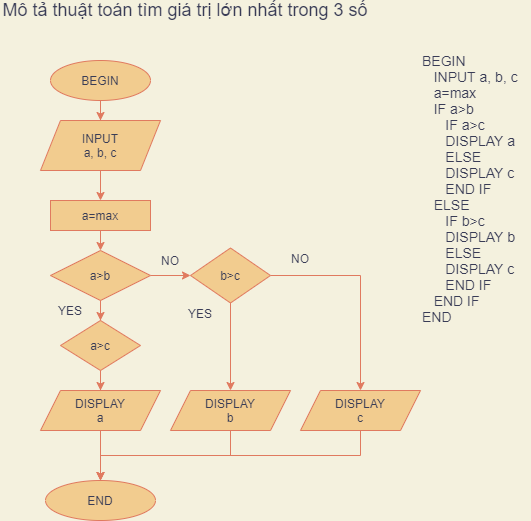
The draw.io diagram ss3_ma_gia_luu_do/Mô tả thuật toán tìm giá trị lớn nhất trong 3 số.png in thanhnhan3286/C0123G1---Th-nh-Nh-n, before a commit. Source tidied: cells renumbered, new cells last; positions are measured from the earlier drawing's top-left corner, leaving out a move shared by most shapes.
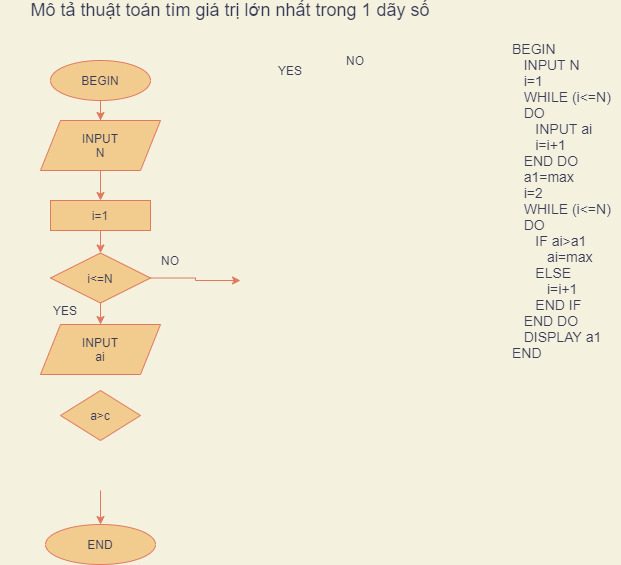
Above is the later version.

What changed in the source:
```diff
@@ -2,8 +2,8 @@
   <root>
     <mxCell id="0" />
     <mxCell id="1" parent="0" />
-    <mxCell id="2" value="&lt;span style=&quot;font-size: 18px&quot;&gt;Mô tả thuật toán tìm giá trị lớn nhất trong 3 số&lt;/span&gt;" style="text;html=1;strokeColor=none;fillColor=none;align=center;verticalAlign=middle;whiteSpace=wrap;rounded=0;fontColor=#393C56;" parent="1" vertex="1">
-      <mxGeometry width="370" height="20" as="geometry" />
+    <mxCell id="2" value="&lt;span style=&quot;font-size: 18px&quot;&gt;Mô tả thuật toán tìm giá trị lớn nhất trong 1 dãy số&lt;/span&gt;" style="text;html=1;strokeColor=none;fillColor=none;align=center;verticalAlign=middle;whiteSpace=wrap;rounded=0;fontColor=#393C56;" parent="1" vertex="1">
+      <mxGeometry width="460" height="20" as="geometry" />
     </mxCell>
     <mxCell id="3" style="edgeStyle=orthogonalEdgeStyle;rounded=0;jettySize=auto;html=1;labelBackgroundColor=#F4F1DE;strokeColor=#E07A5F;fontColor=#393C56;" parent="1" edge="1" source="4" target="6">
       <mxGeometry relative="1" as="geometry" />
@@ -16,76 +16,54 @@
         <mxPoint x="100" y="200" as="targetPoint" />
       </mxGeometry>
     </mxCell>
-    <mxCell id="6" value="INPUT&lt;br&gt;a, b, c" style="shape=parallelogram;perimeter=parallelogramPerimeter;whiteSpace=wrap;html=1;fixedSize=1;fillColor=#F2CC8F;strokeColor=#E07A5F;fontColor=#393C56;" parent="1" vertex="1">
+    <mxCell id="6" value="INPUT&lt;br&gt;N" style="shape=parallelogram;perimeter=parallelogramPerimeter;whiteSpace=wrap;html=1;fixedSize=1;fillColor=#F2CC8F;strokeColor=#E07A5F;fontColor=#393C56;" parent="1" vertex="1">
       <mxGeometry x="40" y="120" width="120" height="50" as="geometry" />
     </mxCell>
-    <mxCell id="7" value="&lt;div&gt;&lt;div&gt;&lt;span style=&quot;font-size: 14px&quot;&gt;BEGIN&lt;/span&gt;&lt;/div&gt;&lt;div&gt;&lt;span style=&quot;font-size: 14px&quot;&gt;&amp;nbsp; &amp;nbsp;INPUT a, b, c&lt;/span&gt;&lt;/div&gt;&lt;div&gt;&lt;span style=&quot;font-size: 14px&quot;&gt;&amp;nbsp; &amp;nbsp;a=max&lt;/span&gt;&lt;/div&gt;&lt;div&gt;&lt;span style=&quot;font-size: 14px&quot;&gt;&amp;nbsp; &amp;nbsp;IF a&amp;gt;b&lt;/span&gt;&lt;/div&gt;&lt;div&gt;&lt;span style=&quot;font-size: 14px&quot;&gt;&amp;nbsp; &amp;nbsp; &amp;nbsp; IF a&amp;gt;c&lt;/span&gt;&lt;/div&gt;&lt;div&gt;&lt;span style=&quot;font-size: 14px&quot;&gt;&amp;nbsp; &amp;nbsp; &amp;nbsp; DISPLAY a&lt;/span&gt;&lt;/div&gt;&lt;div&gt;&lt;span style=&quot;font-size: 14px&quot;&gt;&amp;nbsp; &amp;nbsp; &amp;nbsp; ELSE&lt;/span&gt;&lt;/div&gt;&lt;div&gt;&lt;span style=&quot;font-size: 14px&quot;&gt;&amp;nbsp; &amp;nbsp; &amp;nbsp; DISPLAY c&lt;/span&gt;&lt;/div&gt;&lt;div&gt;&lt;span style=&quot;font-size: 14px&quot;&gt;&amp;nbsp; &amp;nbsp; &amp;nbsp; END IF&lt;/span&gt;&lt;/div&gt;&lt;div&gt;&lt;span style=&quot;font-size: 14px&quot;&gt;&amp;nbsp; &amp;nbsp;ELSE&lt;/span&gt;&lt;/div&gt;&lt;div&gt;&lt;span style=&quot;font-size: 14px&quot;&gt;&amp;nbsp; &amp;nbsp; &amp;nbsp; IF b&amp;gt;c&lt;/span&gt;&lt;/div&gt;&lt;div&gt;&lt;span style=&quot;font-size: 14px&quot;&gt;&amp;nbsp; &amp;nbsp; &amp;nbsp; DISPLAY b&lt;/span&gt;&lt;/div&gt;&lt;div&gt;&lt;span style=&quot;font-size: 14px&quot;&gt;&amp;nbsp; &amp;nbsp; &amp;nbsp; ELSE&lt;/span&gt;&lt;/div&gt;&lt;div&gt;&lt;span style=&quot;font-size: 14px&quot;&gt;&amp;nbsp; &amp;nbsp; &amp;nbsp; DISPLAY c&lt;/span&gt;&lt;/div&gt;&lt;div&gt;&lt;span style=&quot;font-size: 14px&quot;&gt;&amp;nbsp; &amp;nbsp; &amp;nbsp; END IF&lt;/span&gt;&lt;/div&gt;&lt;div&gt;&lt;span style=&quot;font-size: 14px&quot;&gt;&amp;nbsp; &amp;nbsp;END IF&lt;span&gt;&#9;&lt;/span&gt;&lt;/span&gt;&lt;/div&gt;&lt;div&gt;&lt;span style=&quot;font-size: 14px&quot;&gt;END&lt;/span&gt;&lt;/div&gt;&lt;/div&gt;&lt;div&gt;&lt;br&gt;&lt;/div&gt;" style="text;html=1;align=left;verticalAlign=middle;fontColor=#393C56;" parent="1" vertex="1">
-      <mxGeometry x="420" y="70" width="110" height="250" as="geometry" />
+    <mxCell id="7" value="&lt;div&gt;&lt;div&gt;&lt;div&gt;&lt;span style=&quot;font-size: 14px&quot;&gt;BEGIN&lt;/span&gt;&lt;/div&gt;&lt;div&gt;&lt;span style=&quot;font-size: 14px&quot;&gt;&amp;nbsp; &amp;nbsp;INPUT N&lt;/span&gt;&lt;/div&gt;&lt;div&gt;&lt;span style=&quot;font-size: 14px&quot;&gt;&amp;nbsp; &amp;nbsp;i=1&lt;/span&gt;&lt;/div&gt;&lt;div&gt;&lt;span style=&quot;font-size: 14px&quot;&gt;&amp;nbsp; &amp;nbsp;WHILE (i&amp;lt;=N)&lt;/span&gt;&lt;/div&gt;&lt;div&gt;&lt;span style=&quot;font-size: 14px&quot;&gt;&amp;nbsp; &amp;nbsp;DO&lt;/span&gt;&lt;/div&gt;&lt;div&gt;&lt;span style=&quot;font-size: 14px&quot;&gt;&amp;nbsp; &amp;nbsp; &amp;nbsp; INPUT ai&lt;/span&gt;&lt;/div&gt;&lt;div&gt;&lt;span style=&quot;font-size: 14px&quot;&gt;&amp;nbsp; &amp;nbsp; &amp;nbsp; i=i+1&lt;/span&gt;&lt;/div&gt;&lt;div&gt;&lt;span style=&quot;font-size: 14px&quot;&gt;&amp;nbsp; &amp;nbsp;END DO&lt;/span&gt;&lt;/div&gt;&lt;div&gt;&lt;span style=&quot;font-size: 14px&quot;&gt;&amp;nbsp; &amp;nbsp;a1=max&lt;/span&gt;&lt;/div&gt;&lt;div&gt;&lt;span style=&quot;font-size: 14px&quot;&gt;&amp;nbsp; &amp;nbsp;i=2&lt;/span&gt;&lt;/div&gt;&lt;div&gt;&lt;span style=&quot;font-size: 14px&quot;&gt;&amp;nbsp; &amp;nbsp;WHILE (i&amp;lt;=N)&lt;/span&gt;&lt;/div&gt;&lt;div&gt;&lt;span style=&quot;font-size: 14px&quot;&gt;&amp;nbsp; &amp;nbsp;DO&lt;/span&gt;&lt;/div&gt;&lt;div&gt;&lt;span style=&quot;font-size: 14px&quot;&gt;&amp;nbsp; &amp;nbsp; &amp;nbsp; IF ai&amp;gt;a1&lt;/span&gt;&lt;/div&gt;&lt;div&gt;&lt;span style=&quot;font-size: 14px&quot;&gt;&amp;nbsp; &amp;nbsp; &amp;nbsp; &amp;nbsp; &amp;nbsp;ai=max&lt;/span&gt;&lt;/div&gt;&lt;div&gt;&lt;span style=&quot;font-size: 14px&quot;&gt;&amp;nbsp; &amp;nbsp; &amp;nbsp; ELSE&lt;/span&gt;&lt;/div&gt;&lt;div&gt;&lt;span style=&quot;font-size: 14px&quot;&gt;&amp;nbsp; &amp;nbsp; &amp;nbsp; &amp;nbsp; &amp;nbsp;i=i+1&lt;/span&gt;&lt;/div&gt;&lt;div&gt;&lt;span style=&quot;font-size: 14px&quot;&gt;&amp;nbsp; &amp;nbsp; &amp;nbsp; END IF&lt;/span&gt;&lt;/div&gt;&lt;div&gt;&lt;span style=&quot;font-size: 14px&quot;&gt;&amp;nbsp; &amp;nbsp;END DO&lt;/span&gt;&lt;/div&gt;&lt;div&gt;&lt;span style=&quot;font-size: 14px&quot;&gt;&amp;nbsp; &amp;nbsp;DISPLAY a1&lt;/span&gt;&lt;/div&gt;&lt;div&gt;&lt;span style=&quot;font-size: 14px&quot;&gt;END&lt;/span&gt;&lt;/div&gt;&lt;/div&gt;&lt;/div&gt;" style="text;html=1;align=left;verticalAlign=middle;fontColor=#393C56;" parent="1" vertex="1">
+      <mxGeometry x="510" y="60" width="110" height="280" as="geometry" />
     </mxCell>
-    <mxCell id="8" style="edgeStyle=orthogonalEdgeStyle;rounded=0;jettySize=auto;html=1;exitX=1;exitY=0.5;exitDx=0;exitDy=0;labelBackgroundColor=#F4F1DE;strokeColor=#E07A5F;fontColor=#393C56;" parent="1" edge="1" source="10" target="21">
-      <mxGeometry relative="1" as="geometry" />
+    <mxCell id="8" style="edgeStyle=orthogonalEdgeStyle;rounded=0;jettySize=auto;html=1;exitX=1;exitY=0.5;exitDx=0;exitDy=0;labelBackgroundColor=#F4F1DE;strokeColor=#E07A5F;fontColor=#393C56;" parent="1" edge="1" source="10">
+      <mxGeometry relative="1" as="geometry">
+        <mxPoint x="240" y="280" as="targetPoint" />
+      </mxGeometry>
     </mxCell>
-    <mxCell id="9" style="edgeStyle=orthogonalEdgeStyle;rounded=0;jettySize=auto;html=1;exitX=0.5;exitY=1;exitDx=0;exitDy=0;labelBackgroundColor=#F4F1DE;strokeColor=#E07A5F;fontColor=#393C56;" parent="1" edge="1" source="10" target="16">
+    <mxCell id="9" style="edgeStyle=orthogonalEdgeStyle;rounded=0;jettySize=auto;html=1;exitX=0.5;exitY=1;exitDx=0;exitDy=0;labelBackgroundColor=#F4F1DE;strokeColor=#E07A5F;fontColor=#393C56;entryX=0.5;entryY=0;entryDx=0;entryDy=0;entryPerimeter=0;" parent="1" edge="1" source="10" target="29">
       <mxGeometry relative="1" as="geometry" />
     </mxCell>
-    <mxCell id="10" value="a&amp;gt;b" style="rhombus;whiteSpace=wrap;html=1;fillColor=#F2CC8F;strokeColor=#E07A5F;fontColor=#393C56;" parent="1" vertex="1">
-      <mxGeometry x="50" y="250" width="100" height="50" as="geometry" />
+    <mxCell id="10" value="i&amp;lt;=N" style="rhombus;whiteSpace=wrap;html=1;fillColor=#F2CC8F;strokeColor=#E07A5F;fontColor=#393C56;" parent="1" vertex="1">
+      <mxGeometry x="50" y="252.5" width="100" height="50" as="geometry" />
     </mxCell>
     <mxCell id="11" style="edgeStyle=orthogonalEdgeStyle;rounded=0;jettySize=auto;html=1;exitX=0.5;exitY=1;exitDx=0;exitDy=0;entryX=0.5;entryY=0;entryDx=0;entryDy=0;labelBackgroundColor=#F4F1DE;strokeColor=#E07A5F;fontColor=#393C56;" parent="1" edge="1" source="12" target="10">
       <mxGeometry relative="1" as="geometry" />
     </mxCell>
-    <mxCell id="12" value="a=max" style="rounded=0;whiteSpace=wrap;html=1;fillColor=#F2CC8F;strokeColor=#E07A5F;fontColor=#393C56;" parent="1" vertex="1">
+    <mxCell id="12" value="i=1" style="rounded=0;whiteSpace=wrap;html=1;fillColor=#F2CC8F;strokeColor=#E07A5F;fontColor=#393C56;" parent="1" vertex="1">
       <mxGeometry x="50" y="200" width="100" height="30" as="geometry" />
     </mxCell>
     <mxCell id="13" value="YES" style="text;html=1;strokeColor=none;fillColor=none;align=center;verticalAlign=middle;whiteSpace=wrap;rounded=0;fontColor=#393C56;" parent="1" vertex="1">
-      <mxGeometry x="50" y="300" width="40" height="20" as="geometry" />
+      <mxGeometry x="45" y="300" width="40" height="20" as="geometry" />
     </mxCell>
     <mxCell id="14" value="NO" style="text;html=1;strokeColor=none;fillColor=none;align=center;verticalAlign=middle;whiteSpace=wrap;rounded=0;fontColor=#393C56;" parent="1" vertex="1">
       <mxGeometry x="150" y="250" width="40" height="20" as="geometry" />
     </mxCell>
-    <mxCell id="15" style="edgeStyle=orthogonalEdgeStyle;rounded=0;jettySize=auto;html=1;exitX=0.5;exitY=1;exitDx=0;exitDy=0;labelBackgroundColor=#F4F1DE;strokeColor=#E07A5F;fontColor=#393C56;" parent="1" edge="1" source="16" target="18">
-      <mxGeometry relative="1" as="geometry" />
-    </mxCell>
     <mxCell id="16" value="a&amp;gt;c" style="rhombus;whiteSpace=wrap;html=1;fillColor=#F2CC8F;strokeColor=#E07A5F;fontColor=#393C56;" parent="1" vertex="1">
-      <mxGeometry x="60" y="320" width="80" height="50" as="geometry" />
+      <mxGeometry x="60" y="390" width="80" height="50" as="geometry" />
     </mxCell>
-    <mxCell id="17" style="edgeStyle=orthogonalEdgeStyle;rounded=0;jettySize=auto;html=1;exitX=0.5;exitY=1;exitDx=0;exitDy=0;labelBackgroundColor=#F4F1DE;strokeColor=#E07A5F;fontColor=#393C56;" parent="1" edge="1" source="18" target="27">
-      <mxGeometry relative="1" as="geometry" />
+    <mxCell id="17" style="edgeStyle=orthogonalEdgeStyle;rounded=0;jettySize=auto;html=1;exitX=0.5;exitY=1;exitDx=0;exitDy=0;labelBackgroundColor=#F4F1DE;strokeColor=#E07A5F;fontColor=#393C56;" parent="1" edge="1" target="27">
+      <mxGeometry relative="1" as="geometry">
+        <mxPoint x="100" y="490" as="sourcePoint" />
+      </mxGeometry>
     </mxCell>
-    <mxCell id="18" value="DISPLAY&lt;br&gt;a" style="shape=parallelogram;perimeter=parallelogramPerimeter;whiteSpace=wrap;html=1;fixedSize=1;fillColor=#F2CC8F;strokeColor=#E07A5F;fontColor=#393C56;" parent="1" vertex="1">
-      <mxGeometry x="40" y="390" width="120" height="40" as="geometry" />
-    </mxCell>
-    <mxCell id="19" style="edgeStyle=orthogonalEdgeStyle;rounded=0;jettySize=auto;html=1;exitX=0.5;exitY=1;exitDx=0;exitDy=0;entryX=0.5;entryY=0;entryDx=0;entryDy=0;labelBackgroundColor=#F4F1DE;strokeColor=#E07A5F;fontColor=#393C56;" parent="1" edge="1" source="21" target="24">
-      <mxGeometry relative="1" as="geometry" />
-    </mxCell>
-    <mxCell id="20" style="edgeStyle=orthogonalEdgeStyle;rounded=0;jettySize=auto;html=1;exitX=1;exitY=0.5;exitDx=0;exitDy=0;entryX=0.5;entryY=0;entryDx=0;entryDy=0;labelBackgroundColor=#F4F1DE;strokeColor=#E07A5F;fontColor=#393C56;" parent="1" edge="1" source="21" target="26">
-      <mxGeometry relative="1" as="geometry" />
-    </mxCell>
-    <mxCell id="21" value="b&amp;gt;c" style="rhombus;whiteSpace=wrap;html=1;fillColor=#F2CC8F;strokeColor=#E07A5F;fontColor=#393C56;" parent="1" vertex="1">
-      <mxGeometry x="190" y="247.5" width="80" height="55" as="geometry" />
-    </mxCell>
     <mxCell id="22" value="YES" style="text;html=1;strokeColor=none;fillColor=none;align=center;verticalAlign=middle;whiteSpace=wrap;rounded=0;fontColor=#393C56;" parent="1" vertex="1">
-      <mxGeometry x="180" y="302.5" width="40" height="20" as="geometry" />
+      <mxGeometry x="270" y="60" width="40" height="20" as="geometry" />
     </mxCell>
-    <mxCell id="23" style="edgeStyle=orthogonalEdgeStyle;rounded=0;jettySize=auto;html=1;exitX=0.5;exitY=1;exitDx=0;exitDy=0;entryX=0.5;entryY=0;entryDx=0;entryDy=0;labelBackgroundColor=#F4F1DE;strokeColor=#E07A5F;fontColor=#393C56;" parent="1" edge="1" source="24" target="27">
-      <mxGeometry relative="1" as="geometry" />
-    </mxCell>
-    <mxCell id="24" value="DISPLAY&lt;br&gt;b" style="shape=parallelogram;perimeter=parallelogramPerimeter;whiteSpace=wrap;html=1;fixedSize=1;fillColor=#F2CC8F;strokeColor=#E07A5F;fontColor=#393C56;" parent="1" vertex="1">
-      <mxGeometry x="170" y="390" width="120" height="40" as="geometry" />
-    </mxCell>
-    <mxCell id="25" style="edgeStyle=orthogonalEdgeStyle;rounded=0;jettySize=auto;html=1;exitX=0.5;exitY=1;exitDx=0;exitDy=0;labelBackgroundColor=#F4F1DE;strokeColor=#E07A5F;fontColor=#393C56;" parent="1" edge="1" source="26">
-      <mxGeometry relative="1" as="geometry">
-        <mxPoint x="100" y="480" as="targetPoint" />
-      </mxGeometry>
-    </mxCell>
-    <mxCell id="26" value="DISPLAY&lt;br&gt;c" style="shape=parallelogram;perimeter=parallelogramPerimeter;whiteSpace=wrap;html=1;fixedSize=1;fillColor=#F2CC8F;strokeColor=#E07A5F;fontColor=#393C56;" parent="1" vertex="1">
-      <mxGeometry x="300" y="390" width="120" height="40" as="geometry" />
-    </mxCell>
     <mxCell id="27" value="END" style="ellipse;whiteSpace=wrap;html=1;fillColor=#F2CC8F;strokeColor=#E07A5F;fontColor=#393C56;" parent="1" vertex="1">
-      <mxGeometry x="45" y="480" width="110" height="40" as="geometry" />
+      <mxGeometry x="45" y="524" width="110" height="40" as="geometry" />
     </mxCell>
     <mxCell id="28" value="NO" style="text;html=1;strokeColor=none;fillColor=none;align=center;verticalAlign=middle;whiteSpace=wrap;rounded=0;fontColor=#393C56;" parent="1" vertex="1">
-      <mxGeometry x="280" y="247.5" width="40" height="20" as="geometry" />
+      <mxGeometry x="335" y="50" width="40" height="20" as="geometry" />
     </mxCell>
+    <mxCell id="29" value="INPUT&lt;br&gt;ai" style="shape=parallelogram;perimeter=parallelogramPerimeter;whiteSpace=wrap;html=1;fixedSize=1;fillColor=#F2CC8F;strokeColor=#E07A5F;fontColor=#393C56;" parent="1" vertex="1">
+      <mxGeometry x="40" y="324" width="120" height="50" as="geometry" />
+    </mxCell>
   </root>
 </mxGraphModel>
```
